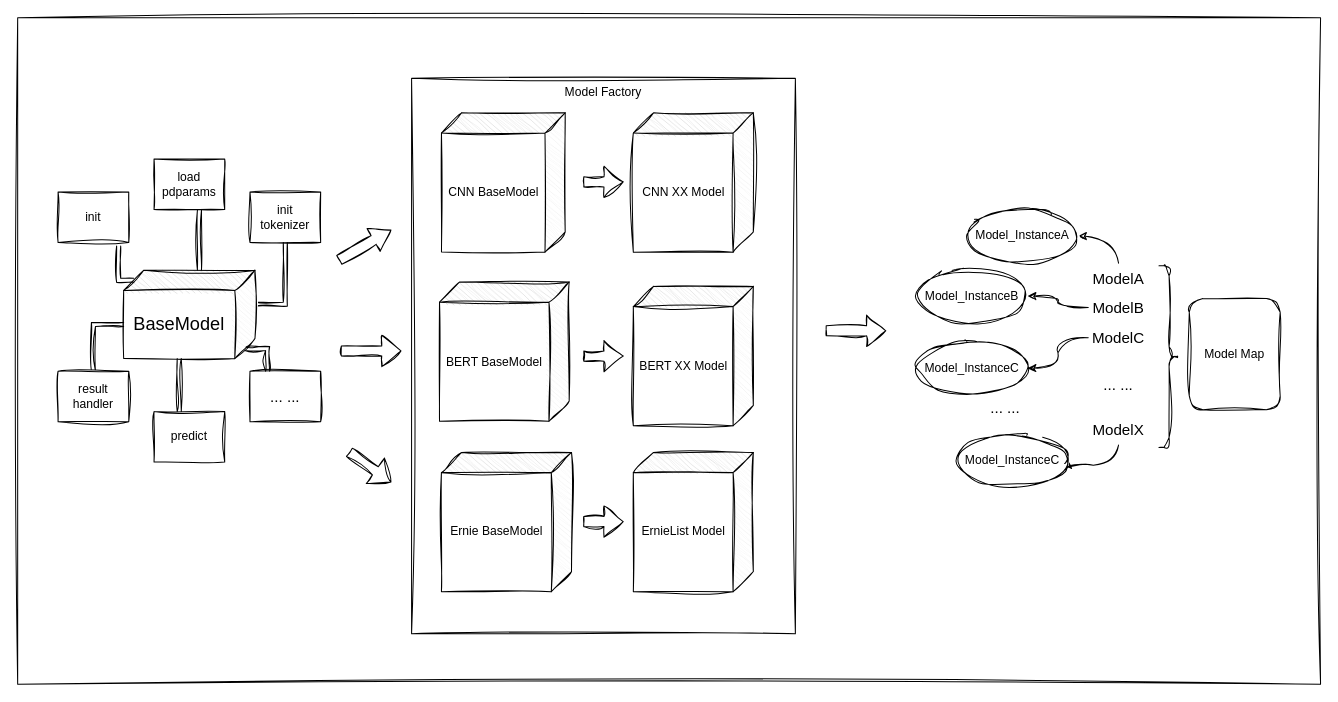
The draw.io diagram chatbi/model.drawio in cavaljames/work-diagrams, before the edit. Source tidied: cells renumbered, new cells numbered last; positions are measured from the earlier drawing's top-left corner, leaving out a move shared by most shapes. Both pictures are drawn from the tidied source at 101%, with x=0, y=0 at pixel (17, 17).
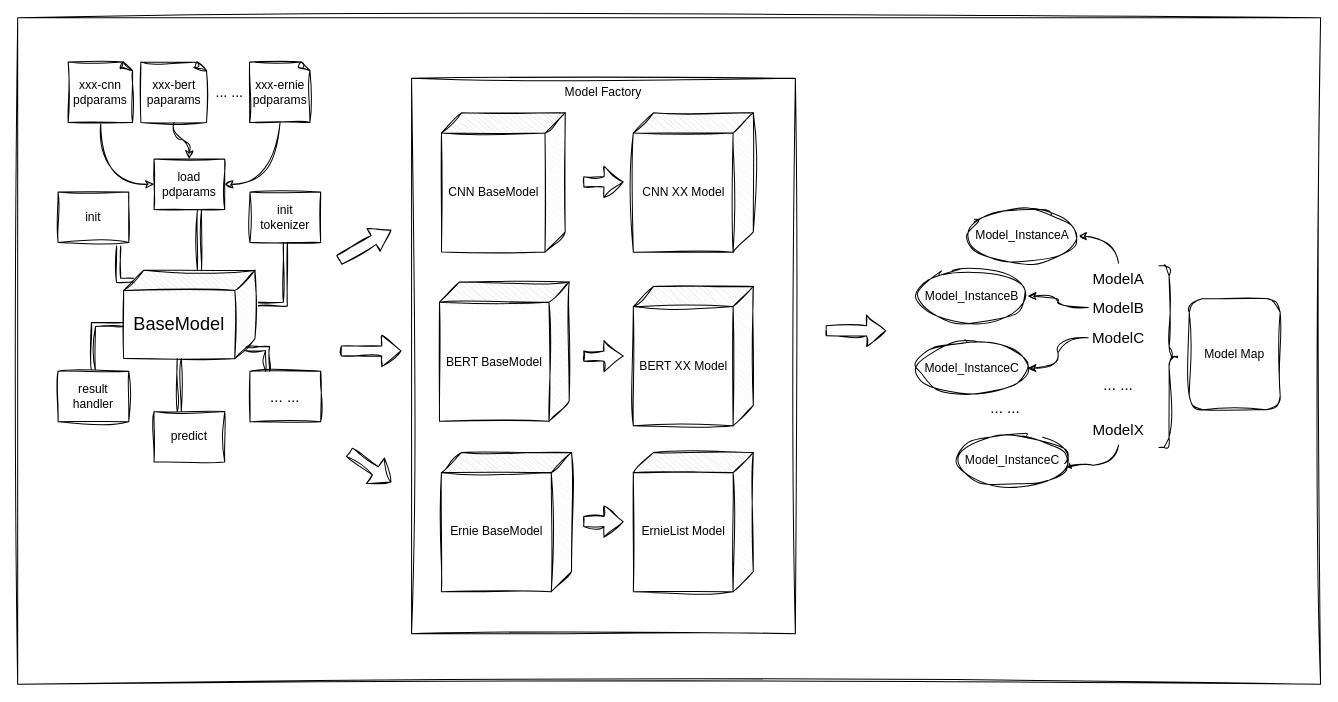
The same diagram, later.

The change refers to these unchanged cells:
```xml
<mxCell id="8" value="load pdparams" style="rounded=0;whiteSpace=wrap;html=1;sketch=1;hachureGap=4;jiggle=2;curveFitting=1;labelBackgroundColor=none;" parent="1" vertex="1">
  <mxGeometry x="135" y="140" width="70" height="50" as="geometry" />
</mxCell>
```

What changed in the source:
```diff
@@
+    <mxCell id="46" style="edgeStyle=orthogonalEdgeStyle;rounded=0;sketch=1;hachureGap=4;jiggle=2;curveFitting=1;jettySize=auto;html=1;exitX=0.5;exitY=1;exitDx=0;exitDy=0;exitPerimeter=0;entryX=0;entryY=0.5;entryDx=0;entryDy=0;curved=1;" parent="1" edge="1" source="47" target="8">
+      <mxGeometry relative="1" as="geometry" />
+    </mxCell>
+    <mxCell id="47" value="xxx-cnn&lt;div&gt;pdparams&lt;/div&gt;" style="whiteSpace=wrap;html=1;shape=mxgraph.basic.document;sketch=1;hachureGap=4;jiggle=2;curveFitting=1;" parent="1" vertex="1">
+      <mxGeometry x="50" y="43.8" width="64.4" height="60" as="geometry" />
+    </mxCell>
+    <mxCell id="48" style="edgeStyle=orthogonalEdgeStyle;rounded=0;sketch=1;hachureGap=4;jiggle=2;curveFitting=1;jettySize=auto;html=1;exitX=0.5;exitY=1;exitDx=0;exitDy=0;exitPerimeter=0;entryX=0.5;entryY=0;entryDx=0;entryDy=0;curved=1;" parent="1" edge="1" source="49" target="8">
+      <mxGeometry relative="1" as="geometry">
+        <Array as="points">
+          <mxPoint x="155" y="120" />
+          <mxPoint x="170" y="120" />
+        </Array>
+      </mxGeometry>
+    </mxCell>
+    <mxCell id="49" value="xxx-bert&lt;div&gt;paparams&lt;/div&gt;" style="whiteSpace=wrap;html=1;shape=mxgraph.basic.document;sketch=1;hachureGap=4;jiggle=2;curveFitting=1;" parent="1" vertex="1">
+      <mxGeometry x="122" y="43.8" width="65.6" height="60" as="geometry" />
+    </mxCell>
+    <mxCell id="50" style="edgeStyle=orthogonalEdgeStyle;rounded=0;sketch=1;hachureGap=4;jiggle=2;curveFitting=1;jettySize=auto;html=1;exitX=0.5;exitY=1;exitDx=0;exitDy=0;exitPerimeter=0;entryX=1;entryY=0.5;entryDx=0;entryDy=0;curved=1;" parent="1" edge="1" source="51" target="8">
+      <mxGeometry relative="1" as="geometry" />
+    </mxCell>
+    <mxCell id="51" value="xxx-ernie&lt;div&gt;pdparams&lt;/div&gt;" style="whiteSpace=wrap;html=1;shape=mxgraph.basic.document;sketch=1;hachureGap=4;jiggle=2;curveFitting=1;" parent="1" vertex="1">
+      <mxGeometry x="229.6" y="43.8" width="60.4" height="60" as="geometry" />
+    </mxCell>
+    <mxCell id="52" value="&lt;font style=&quot;font-size: 14px;&quot;&gt;... ...&lt;/font&gt;" style="text;html=1;align=center;verticalAlign=middle;whiteSpace=wrap;rounded=0;" parent="1" vertex="1">
+      <mxGeometry x="180" y="58.8" width="60" height="30" as="geometry" />
+    </mxCell>
```
